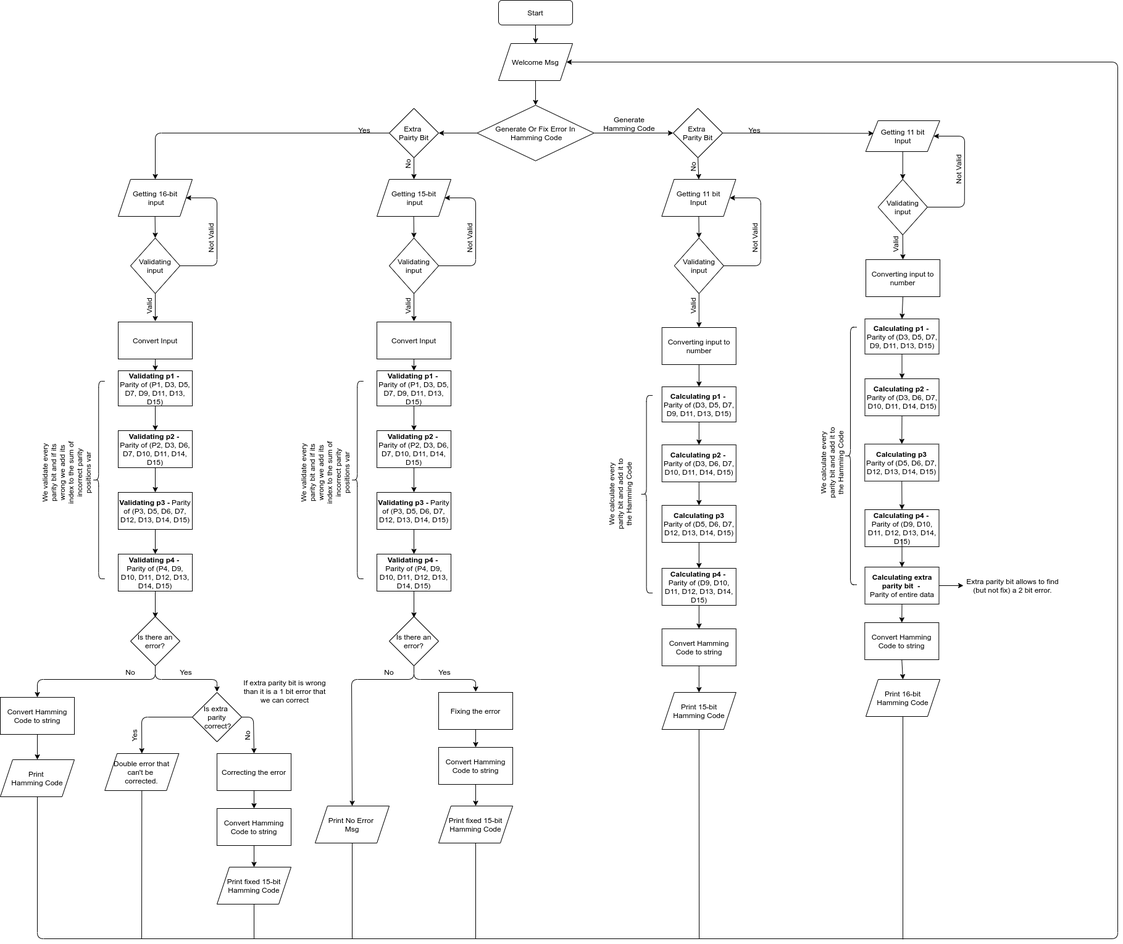
Before: ProjectDiagram.png, a diagram exported from draw.io (Bnux256/Hamming-Code-8086). Source tidied: cells renumbered, new cells last; positions are measured from the earlier drawing's top-left corner, leaving out a move shared by most shapes.
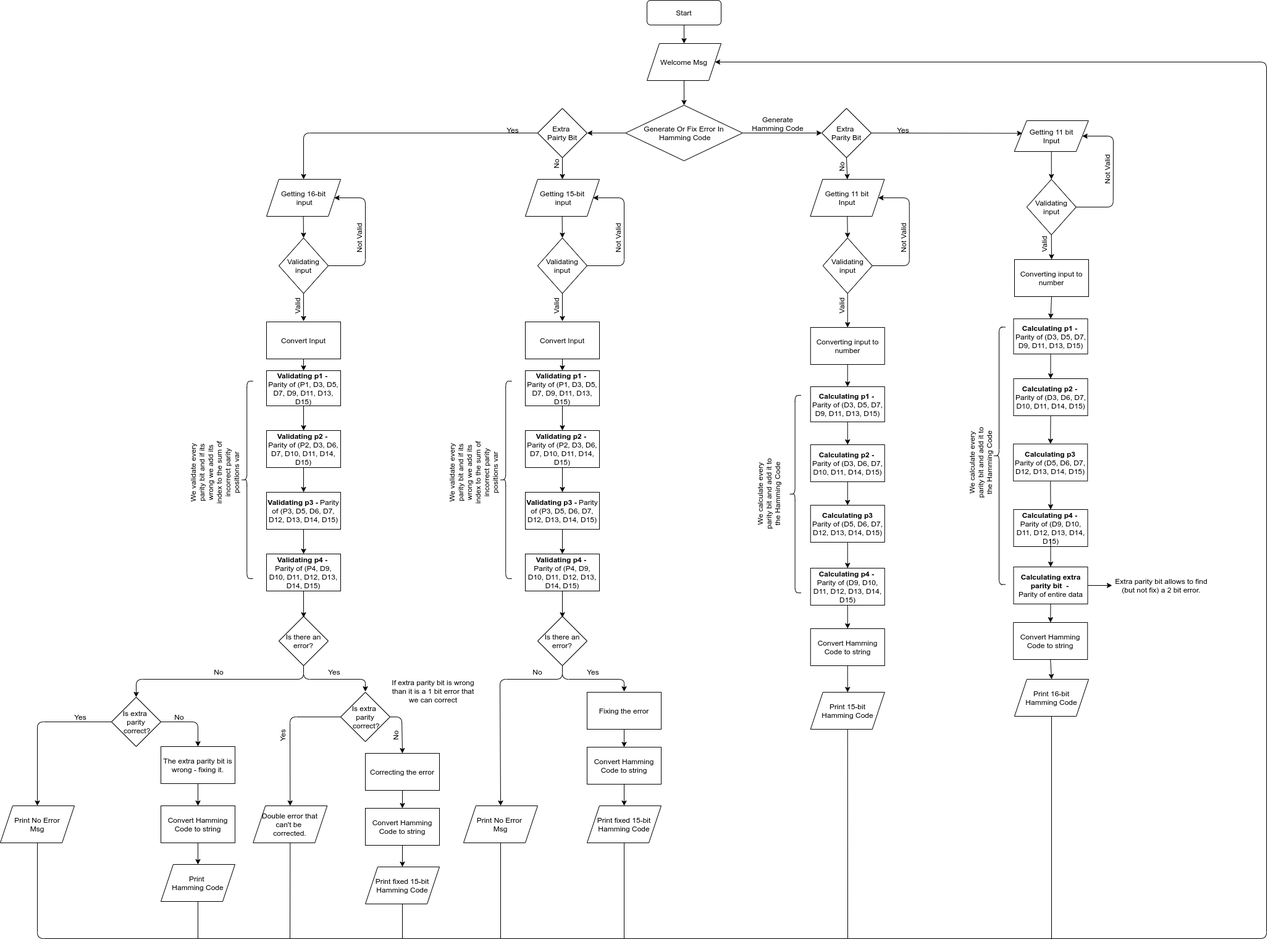
After the commit.

What changed in the source:
```diff
@@ -432,23 +432,17 @@
     <mxCell id="115" style="shape=curlyBracket;whiteSpace=wrap;html=1;rounded=1;" parent="113" vertex="1">
       <mxGeometry x="55" width="20" height="320" as="geometry" />
     </mxCell>
-    <mxCell id="116" value="Convert Hamming Code to string" style="rounded=0;whiteSpace=wrap;html=1;" parent="1" vertex="1">
-      <mxGeometry y="1129" width="120" height="60" as="geometry" />
-    </mxCell>
-    <mxCell id="117" style="endArrow=classic;html=1;exitX=0.5;exitY=1;exitDx=0;exitDy=0;entryX=0.5;entryY=0;entryDx=0;entryDy=0;" parent="1" edge="1" source="121" target="116">
+    <mxCell id="117" style="endArrow=classic;html=1;exitX=0.5;exitY=1;exitDx=0;exitDy=0;entryX=0.5;entryY=0;entryDx=0;entryDy=0;" parent="1" edge="1" source="121" target="146">
       <mxGeometry relative="1" as="geometry">
         <Array as="points">
           <mxPoint x="251" y="1100" />
-          <mxPoint x="60" y="1100" />
+          <mxPoint x="-20" y="1100" />
         </Array>
       </mxGeometry>
     </mxCell>
-    <mxCell id="118" value="Print &lt;br&gt;Hamming Code" style="shape=parallelogram;perimeter=parallelogramPerimeter;whiteSpace=wrap;html=1;fixedSize=1;" parent="1" vertex="1">
-      <mxGeometry y="1230" width="120" height="60" as="geometry" />
+    <mxCell id="118" value="Print No Error&lt;br&gt;Msg" style="shape=parallelogram;perimeter=parallelogramPerimeter;whiteSpace=wrap;html=1;fixedSize=1;" parent="1" vertex="1">
+      <mxGeometry x="-240" y="1305" width="120" height="60" as="geometry" />
     </mxCell>
-    <mxCell id="119" style="endArrow=classic;html=1;exitX=0.5;exitY=1;exitDx=0;exitDy=0;entryX=0.5;entryY=0;entryDx=0;entryDy=0;" parent="1" edge="1" source="116" target="118">
-      <mxGeometry relative="1" as="geometry" />
-    </mxCell>
     <mxCell id="120" style="endArrow=classic;html=1;exitX=0.5;exitY=1;exitDx=0;exitDy=0;" parent="1" edge="1" source="112">
       <mxGeometry relative="1" as="geometry">
         <mxPoint x="251" y="1000" as="targetPoint" />
@@ -458,7 +452,7 @@
       <mxGeometry x="211" y="998" width="80" height="80" as="geometry" />
     </mxCell>
     <mxCell id="122" value="No" style="text;html=1;strokeColor=none;fillColor=none;align=center;verticalAlign=middle;whiteSpace=wrap;rounded=0;" parent="1" vertex="1">
-      <mxGeometry x="191" y="1078" width="40" height="20" as="geometry" />
+      <mxGeometry x="94.2" y="1078" width="40" height="20" as="geometry" />
     </mxCell>
     <mxCell id="123" style="endArrow=classic;html=1;exitX=0.5;exitY=1;exitDx=0;exitDy=0;" parent="1" edge="1" source="121">
       <mxGeometry relative="1" as="geometry">
@@ -519,15 +513,15 @@
       </mxGeometry>
     </mxCell>
     <mxCell id="137" value="Double error that&lt;br&gt;can't be &lt;br&gt;corrected." style="shape=parallelogram;perimeter=parallelogramPerimeter;whiteSpace=wrap;html=1;fixedSize=1;" parent="1" vertex="1">
-      <mxGeometry x="169.2" y="1220" width="120" height="60" as="geometry" />
+      <mxGeometry x="169.2" y="1305" width="120" height="60" as="geometry" />
     </mxCell>
-    <mxCell id="138" value="Yes" style="text;html=1;strokeColor=none;fillColor=none;align=center;verticalAlign=middle;whiteSpace=wrap;rounded=0;rotation=-90;" parent="1" vertex="1">
-      <mxGeometry x="197" y="1181" width="40" height="20" as="geometry" />
+    <mxCell id="138" value="Yes" style="text;html=1;strokeColor=none;fillColor=none;align=center;verticalAlign=middle;whiteSpace=wrap;rounded=0;rotation=0;" parent="1" vertex="1">
+      <mxGeometry x="-130" y="1151" width="40" height="20" as="geometry" />
     </mxCell>
     <mxCell id="139" style="endArrow=classic;html=1;entryX=1;entryY=0.5;entryDx=0;entryDy=0;exitX=0.5;exitY=1;exitDx=0;exitDy=0;" parent="1" edge="1" source="118" target="2">
       <mxGeometry relative="1" as="geometry">
         <Array as="points">
-          <mxPoint x="60" y="1520" />
+          <mxPoint x="-180" y="1520" />
           <mxPoint x="1810" y="1520" />
           <mxPoint x="1810" y="100" />
         </Array>
@@ -563,5 +557,48 @@
         <mxPoint x="1462" y="1521" as="targetPoint" />
       </mxGeometry>
     </mxCell>
+    <mxCell id="146" value="Is extra &lt;br&gt;parity&lt;br&gt;&amp;nbsp;correct?" style="rhombus;whiteSpace=wrap;html=1;" parent="1" vertex="1">
+      <mxGeometry x="-60" y="1129" width="80" height="80" as="geometry" />
+    </mxCell>
+    <mxCell id="147" style="endArrow=classic;html=1;exitX=1;exitY=0.5;exitDx=0;exitDy=0;entryX=0.5;entryY=0;entryDx=0;entryDy=0;" parent="1" edge="1" source="146" target="148">
+      <mxGeometry relative="1" as="geometry">
+        <Array as="points">
+          <mxPoint x="80" y="1169" />
+        </Array>
+      </mxGeometry>
+    </mxCell>
+    <mxCell id="148" value="The extra parity bit is wrong - fixing it." style="rounded=0;whiteSpace=wrap;html=1;" parent="1" vertex="1">
+      <mxGeometry x="20" y="1209" width="120" height="60" as="geometry" />
+    </mxCell>
+    <mxCell id="116" value="Convert Hamming Code to string" style="rounded=0;whiteSpace=wrap;html=1;" parent="1" vertex="1">
+      <mxGeometry x="20" y="1305" width="120" height="60" as="geometry" />
+    </mxCell>
+    <mxCell id="149" value="Print &lt;br&gt;Hamming Code" style="shape=parallelogram;perimeter=parallelogramPerimeter;whiteSpace=wrap;html=1;fixedSize=1;" parent="1" vertex="1">
+      <mxGeometry x="20" y="1400" width="120" height="60" as="geometry" />
+    </mxCell>
+    <mxCell id="150" style="endArrow=classic;html=1;exitX=0.5;exitY=1;exitDx=0;exitDy=0;entryX=0.5;entryY=0;entryDx=0;entryDy=0;" parent="1" edge="1" source="116" target="149">
+      <mxGeometry relative="1" as="geometry" />
+    </mxCell>
+    <mxCell id="151" style="endArrow=classic;html=1;exitX=0.5;exitY=1;exitDx=0;exitDy=0;entryX=0.5;entryY=0;entryDx=0;entryDy=0;" parent="1" edge="1" source="148" target="116">
+      <mxGeometry relative="1" as="geometry" />
+    </mxCell>
+    <mxCell id="152" value="No" style="text;html=1;strokeColor=none;fillColor=none;align=center;verticalAlign=middle;whiteSpace=wrap;rounded=0;rotation=0;" parent="1" vertex="1">
+      <mxGeometry x="30" y="1151" width="40" height="20" as="geometry" />
+    </mxCell>
+    <mxCell id="153" style="endArrow=none;html=1;exitX=0.5;exitY=1;exitDx=0;exitDy=0;" parent="1" edge="1" source="149">
+      <mxGeometry relative="1" as="geometry">
+        <mxPoint x="80" y="1520" as="targetPoint" />
+      </mxGeometry>
+    </mxCell>
+    <mxCell id="154" style="endArrow=classic;html=1;exitX=0;exitY=0.5;exitDx=0;exitDy=0;entryX=0.5;entryY=0;entryDx=0;entryDy=0;" parent="1" edge="1" source="146" target="118">
+      <mxGeometry relative="1" as="geometry">
+        <Array as="points">
+          <mxPoint x="-180" y="1169" />
+        </Array>
+      </mxGeometry>
+    </mxCell>
+    <mxCell id="155" value="Yes" style="text;html=1;strokeColor=none;fillColor=none;align=center;verticalAlign=middle;whiteSpace=wrap;rounded=0;rotation=-90;" parent="1" vertex="1">
+      <mxGeometry x="197" y="1181" width="40" height="20" as="geometry" />
+    </mxCell>
   </root>
 </mxGraphModel>
```
